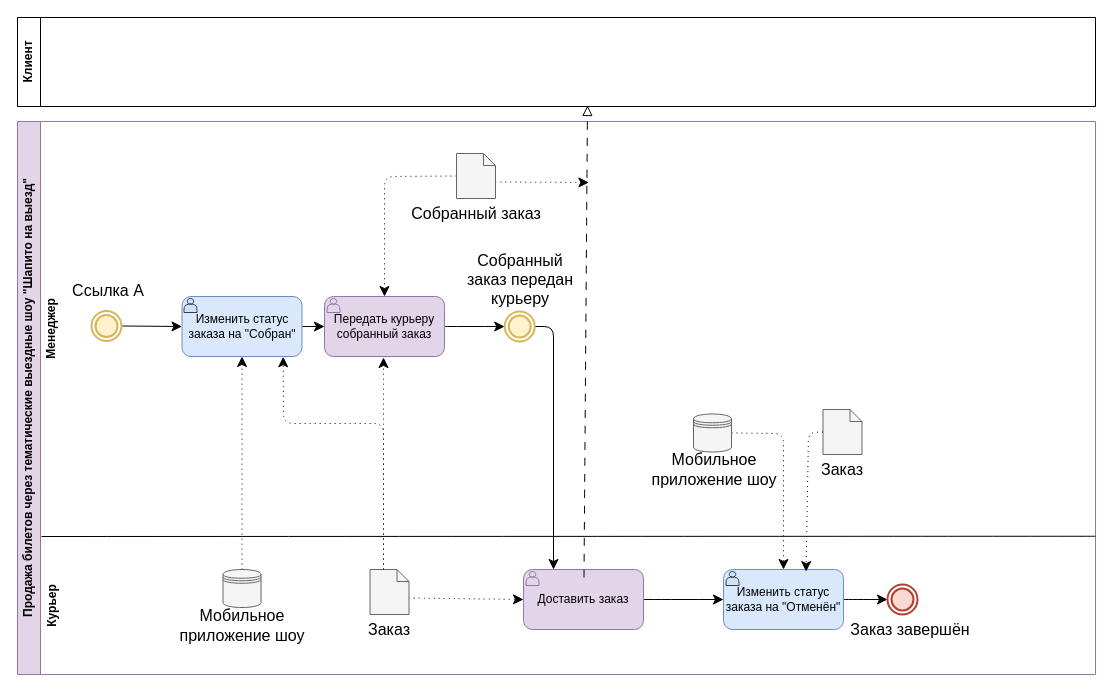
Above: page "Page-2" (2 of 2) of Pbd1.drawio in Helpmepleaseitishard/database-design-4-semester (draw.io), before the change. Source tidied: cells renumbered, new cells numbered last; positions are measured from the earlier drawing's top-left corner, leaving out a move shared by most shapes. Both pictures are drawn from the tidied source at 100%, with x=0, y=0 at pixel (-156, 17).
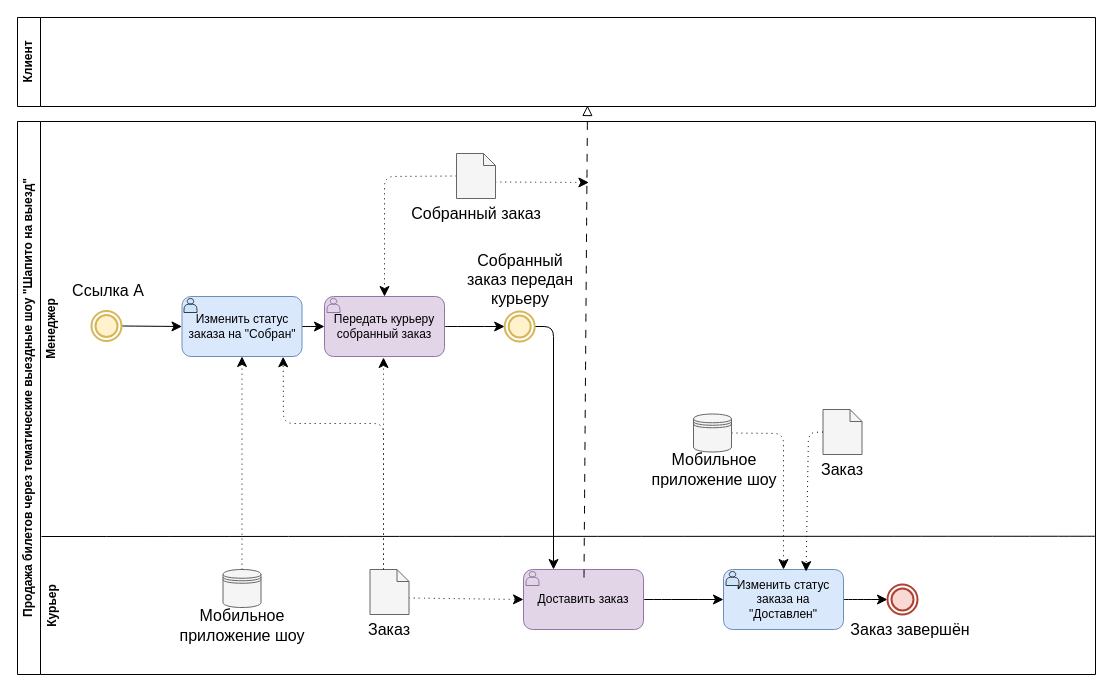
Above is the later version.

The change refers to these unchanged cells:
```xml
<mxCell id="4" style="group;" parent="1" vertex="1">
  <mxGeometry x="173" width="1078" height="657" as="geometry" />
</mxCell>
```

Change to the diagram source:
```diff
@@
-    <mxCell id="5" value="Продажа билетов через тематические выездные шоу &quot;Шапито на выезд&quot;" style="swimlane;horizontal=0;whiteSpace=wrap;html=1;fillColor=#e1d5e7;strokeColor=#9673a6;" parent="4" vertex="1">
+    <mxCell id="5" value="Продажа билетов через тематические выездные шоу &quot;Шапито на выезд&quot;" style="swimlane;horizontal=0;whiteSpace=wrap;html=1;" parent="4" vertex="1">
       <mxGeometry y="104" width="1078" height="553" as="geometry" />
     </mxCell>
@@
-    <mxCell id="17" value="Изменить статус заказа на &quot;Отменён&quot;" style="rounded=1;whiteSpace=wrap;html=1;fillColor=#dae8fc;strokeColor=#6c8ebf;" parent="5" vertex="1">
+    <mxCell id="17" value="Изменить статус заказа на &quot;Доставлен&quot;" style="rounded=1;whiteSpace=wrap;html=1;fillColor=#dae8fc;strokeColor=#6c8ebf;" parent="5" vertex="1">
       <mxGeometry x="706" y="448" width="120" height="60" as="geometry" />
     </mxCell>
```
